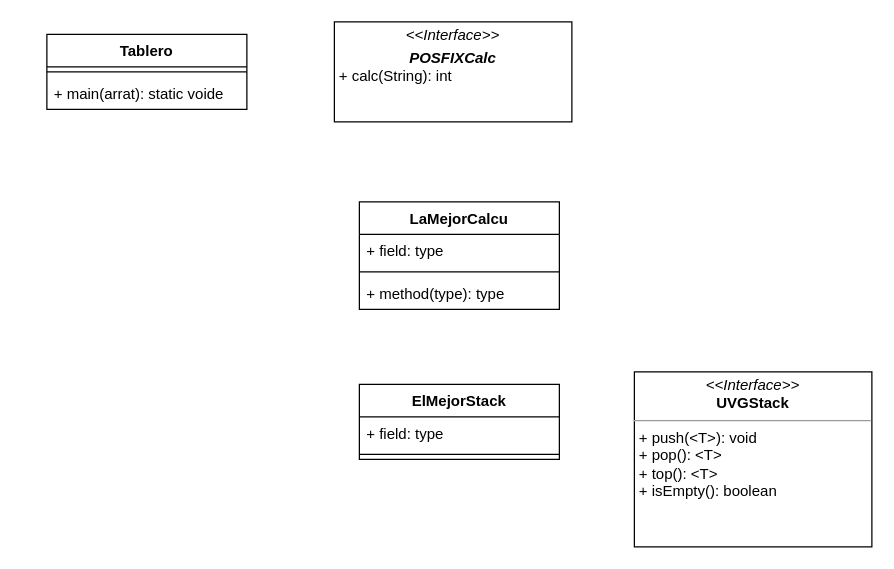
Earlier version of the draw.io diagram UML.drawio (HUG0BA/postfix_calculator). Source tidied: cells renumbered, new cells numbered last; positions are measured from the earlier drawing's top-left corner, leaving out a move shared by most shapes. Both pictures are drawn from the tidied source at 125%, with x=0, y=0 at pixel (46, 21).
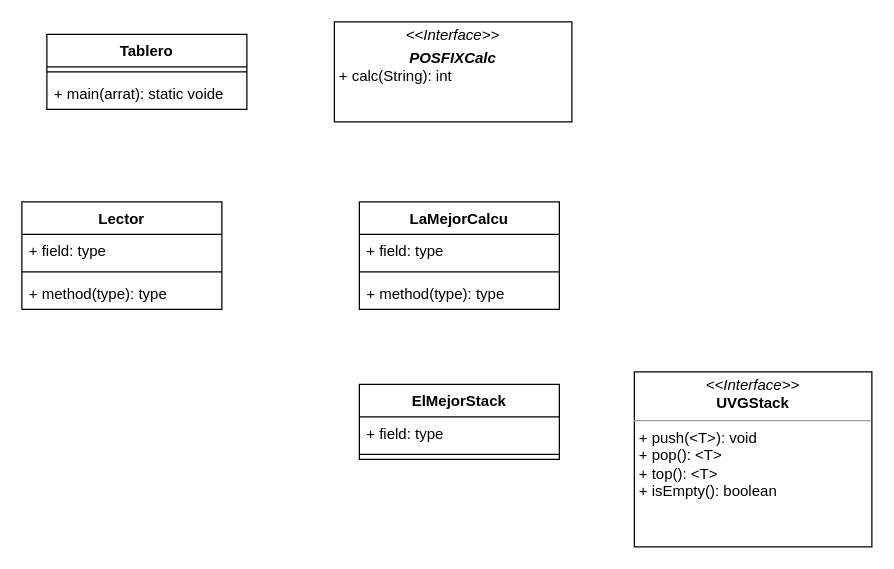
The same diagram, later.

Change to the diagram source:
```diff
@@
 <mxGraphModel>
   <root>
     <mxCell id="0" />
     <mxCell id="1" parent="0" />
     <mxCell id="2" value="&lt;p style=&quot;margin:0px;margin-top:4px;text-align:center;&quot;&gt;&lt;i&gt;&amp;lt;&amp;lt;Interface&amp;gt;&amp;gt;&lt;/i&gt;&lt;br&gt;&lt;b&gt;UVGStack&lt;/b&gt;&lt;/p&gt;&lt;hr size=&quot;1&quot;&gt;&lt;p style=&quot;margin:0px;margin-left:4px;&quot;&gt;+ push(&amp;lt;T&amp;gt;): void&lt;br&gt;+ pop(): &amp;lt;T&amp;gt;&lt;/p&gt;&lt;p style=&quot;margin:0px;margin-left:4px;&quot;&gt;+ top(): &amp;lt;T&amp;gt;&lt;/p&gt;&lt;p style=&quot;margin:0px;margin-left:4px;&quot;&gt;+ isEmpty(): boolean&lt;/p&gt;" style="verticalAlign=top;align=left;overflow=fill;fontSize=12;fontFamily=Helvetica;html=1;" parent="1" vertex="1">
       <mxGeometry x="470" y="280" width="190" height="140" as="geometry" />
     </mxCell>
     <mxCell id="3" value="&lt;p style=&quot;margin:0px;margin-top:4px;text-align:center;&quot;&gt;&lt;i&gt;&amp;lt;&amp;lt;Interface&amp;gt;&amp;gt;&lt;/i&gt;&lt;br&gt;&lt;/p&gt;&lt;p style=&quot;margin:0px;margin-top:4px;text-align:center;&quot;&gt;&lt;i&gt;&lt;b&gt;POSFIXCalc&lt;/b&gt;&lt;/i&gt;&lt;/p&gt;&lt;p style=&quot;margin:0px;margin-left:4px;&quot;&gt;+ calc(String): int&lt;/p&gt;" style="verticalAlign=top;align=left;overflow=fill;fontSize=12;fontFamily=Helvetica;html=1;" parent="1" vertex="1">
       <mxGeometry x="230" width="190" height="80" as="geometry" />
     </mxCell>
     <mxCell id="4" value="ElMejorStack" style="swimlane;fontStyle=1;align=center;verticalAlign=top;horizontal=1;startSize=26;" parent="1" vertex="1">
       <mxGeometry x="250" y="290" width="160" height="60" as="geometry" />
     </mxCell>
     <mxCell id="5" value="+ field: type" style="text;strokeColor=none;fillColor=none;align=left;verticalAlign=top;spacingLeft=4;spacingRight=4;overflow=hidden;" parent="4" vertex="1">
       <mxGeometry y="26" width="160" height="26" as="geometry" />
     </mxCell>
     <mxCell id="6" style="line;strokeWidth=1;fillColor=none;align=left;verticalAlign=middle;spacingTop=-1;spacingLeft=3;spacingRight=3;labelPosition=right;strokeColor=inherit;" parent="4" vertex="1">
       <mxGeometry y="52" width="160" height="8" as="geometry" />
     </mxCell>
     <mxCell id="7" value="LaMejorCalcu" style="swimlane;fontStyle=1;align=center;verticalAlign=top;horizontal=1;startSize=26;" parent="1" vertex="1">
       <mxGeometry x="250" y="144" width="160" height="86" as="geometry" />
     </mxCell>
     <mxCell id="8" value="+ field: type" style="text;strokeColor=none;fillColor=none;align=left;verticalAlign=top;spacingLeft=4;spacingRight=4;overflow=hidden;" parent="7" vertex="1">
       <mxGeometry y="26" width="160" height="26" as="geometry" />
     </mxCell>
     <mxCell id="9" style="line;strokeWidth=1;fillColor=none;align=left;verticalAlign=middle;spacingTop=-1;spacingLeft=3;spacingRight=3;labelPosition=right;strokeColor=inherit;" parent="7" vertex="1">
       <mxGeometry y="52" width="160" height="8" as="geometry" />
     </mxCell>
     <mxCell id="10" value="+ method(type): type" style="text;strokeColor=none;fillColor=none;align=left;verticalAlign=top;spacingLeft=4;spacingRight=4;overflow=hidden;" parent="7" vertex="1">
       <mxGeometry y="60" width="160" height="26" as="geometry" />
     </mxCell>
     <mxCell id="11" value="Tablero" style="swimlane;fontStyle=1;align=center;verticalAlign=top;horizontal=1;startSize=26;" parent="1" vertex="1">
       <mxGeometry y="10" width="160" height="60" as="geometry" />
     </mxCell>
     <mxCell id="12" style="line;strokeWidth=1;fillColor=none;align=left;verticalAlign=middle;spacingTop=-1;spacingLeft=3;spacingRight=3;labelPosition=right;strokeColor=inherit;" parent="11" vertex="1">
       <mxGeometry y="26" width="160" height="8" as="geometry" />
     </mxCell>
     <mxCell id="13" value="+ main(arrat): static voide" style="text;strokeColor=none;fillColor=none;align=left;verticalAlign=top;spacingLeft=4;spacingRight=4;overflow=hidden;" parent="11" vertex="1">
       <mxGeometry y="34" width="160" height="26" as="geometry" />
     </mxCell>
+    <mxCell id="14" value="Lector" style="swimlane;fontStyle=1;align=center;verticalAlign=top;horizontal=1;startSize=26;" parent="1" vertex="1">
+      <mxGeometry x="-20" y="144" width="160" height="86" as="geometry" />
+    </mxCell>
+    <mxCell id="15" value="+ field: type" style="text;strokeColor=none;fillColor=none;align=left;verticalAlign=top;spacingLeft=4;spacingRight=4;overflow=hidden;" parent="14" vertex="1">
+      <mxGeometry y="26" width="160" height="26" as="geometry" />
+    </mxCell>
+    <mxCell id="16" style="line;strokeWidth=1;fillColor=none;align=left;verticalAlign=middle;spacingTop=-1;spacingLeft=3;spacingRight=3;labelPosition=right;strokeColor=inherit;" parent="14" vertex="1">
+      <mxGeometry y="52" width="160" height="8" as="geometry" />
+    </mxCell>
+    <mxCell id="17" value="+ method(type): type" style="text;strokeColor=none;fillColor=none;align=left;verticalAlign=top;spacingLeft=4;spacingRight=4;overflow=hidden;" parent="14" vertex="1">
+      <mxGeometry y="60" width="160" height="26" as="geometry" />
+    </mxCell>
   </root>
 </mxGraphModel>
```
